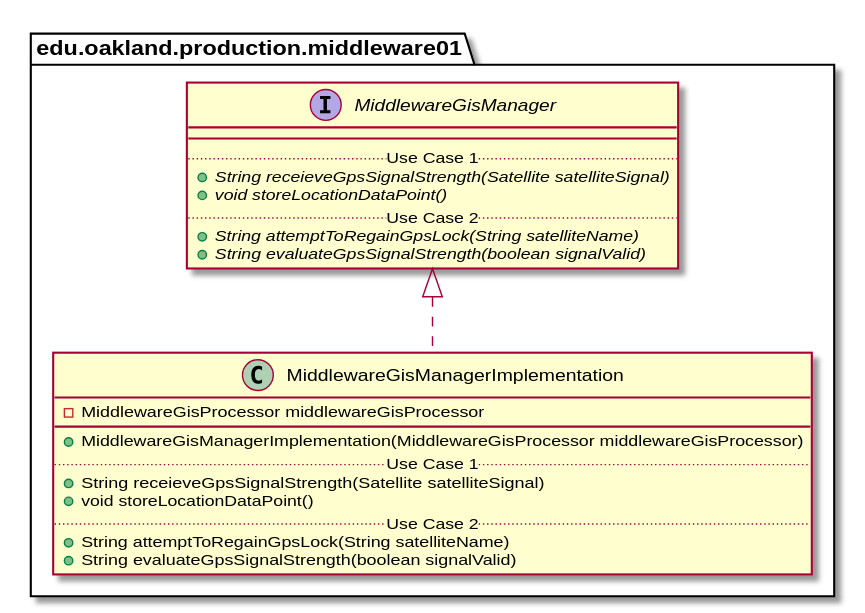
andrewdimmer/csi-3370-software-project keeps this PlantUML diagram as docs/uml-class-diagrams/middleware01/production/MiddlewareGisManagerImplementation/MiddlewareGisManagerImplementation_DirectDependencies.svg. Above is the earlier version.
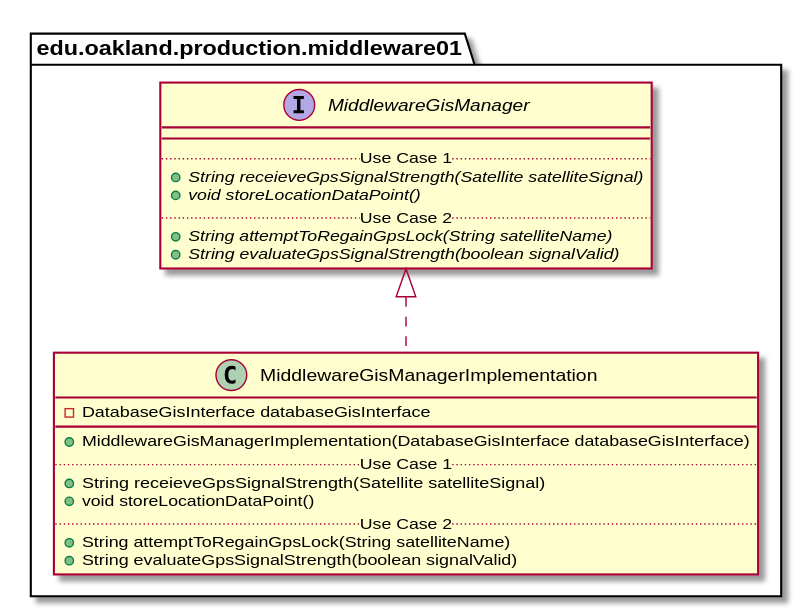
After the commit.

The edit, as a diff of the source:
```diff
@@ -1,64 +1,33 @@
 @startuml MiddlewareGisManagerImplementation_DirectDependencies
 
 
+package edu.oakland.production.middleware01 {
+    class MiddlewareGisManagerImplementation {
+        - DatabaseGisInterface databaseGisInterface
+        __
+        + MiddlewareGisManagerImplementation(DatabaseGisInterface databaseGisInterface)
+        .. Use Case 1 ..
+        + String receieveGpsSignalStrength(Satellite satelliteSignal)
+        + void storeLocationDataPoint()
+        .. Use Case 2 ..
+        + String attemptToRegainGpsLock(String satelliteName)
+        + String evaluateGpsSignalStrength(boolean signalValid)
+    }
+}
 
 
 
 package edu.oakland.production.middleware01 {
-
-    class MiddlewareGisManagerImplementation {
-
-        - MiddlewareGisProcessor middlewareGisProcessor
-
+    interface MiddlewareGisManager {
         __
-
-        + MiddlewareGisManagerImplementation(MiddlewareGisProcessor middlewareGisProcessor)
-
         .. Use Case 1 ..
-
-        + String receieveGpsSignalStrength(Satellite satelliteSignal)
-
-        + void storeLocationDataPoint()
-
+        {abstract} + String receieveGpsSignalStrength(Satellite satelliteSignal)
+        {abstract} + void storeLocationDataPoint()
         .. Use Case 2 ..
-
-        + String attemptToRegainGpsLock(String satelliteName)
-
-        + String evaluateGpsSignalStrength(boolean signalValid)
-
+        {abstract} + String attemptToRegainGpsLock(String satelliteName)
+        {abstract} + String evaluateGpsSignalStrength(boolean signalValid)
     }
-
 }
-
-
-
-
-
-
-
-package edu.oakland.production.middleware01 {
-
-    interface MiddlewareGisManager {
-
-        __
-
-        .. Use Case 1 ..
-
-        {abstract} + String receieveGpsSignalStrength(Satellite satelliteSignal)
-
-        {abstract} + void storeLocationDataPoint()
-
-        .. Use Case 2 ..
-
-        {abstract} + String attemptToRegainGpsLock(String satelliteName)
-
-        {abstract} + String evaluateGpsSignalStrength(boolean signalValid)
-
-    }
-
-}
-
-
 
 MiddlewareGisManagerImplementation .up.|> MiddlewareGisManager
 
@@ -66,10 +35,4 @@
 
 
 
-
-
-
-
-
-
 @enduml
```
